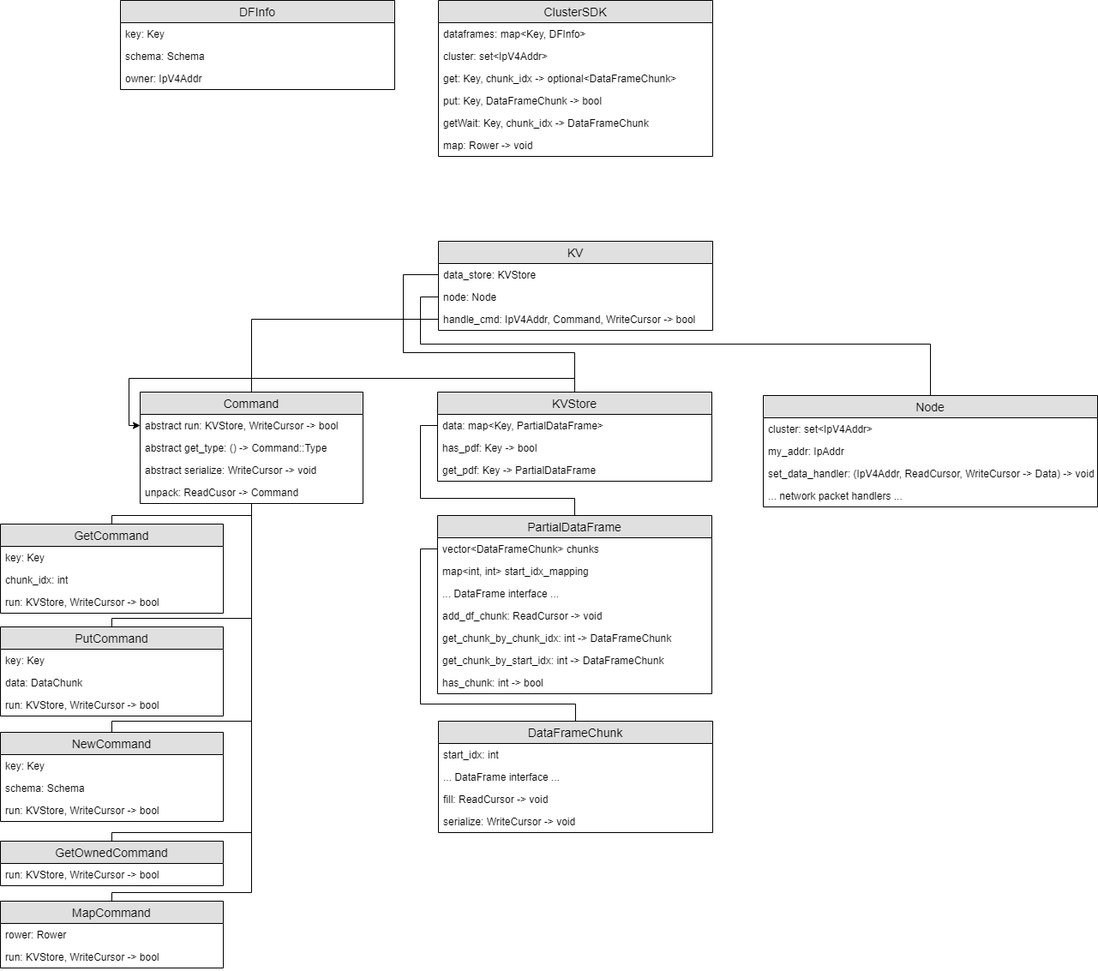
Above: diagram.png in grahamwren/cs4500-assignment_1-part2 (draw.io), before the change. Source tidied: cells renumbered, new cells last; positions are measured from the earlier drawing's top-left corner, leaving out a move shared by most shapes.
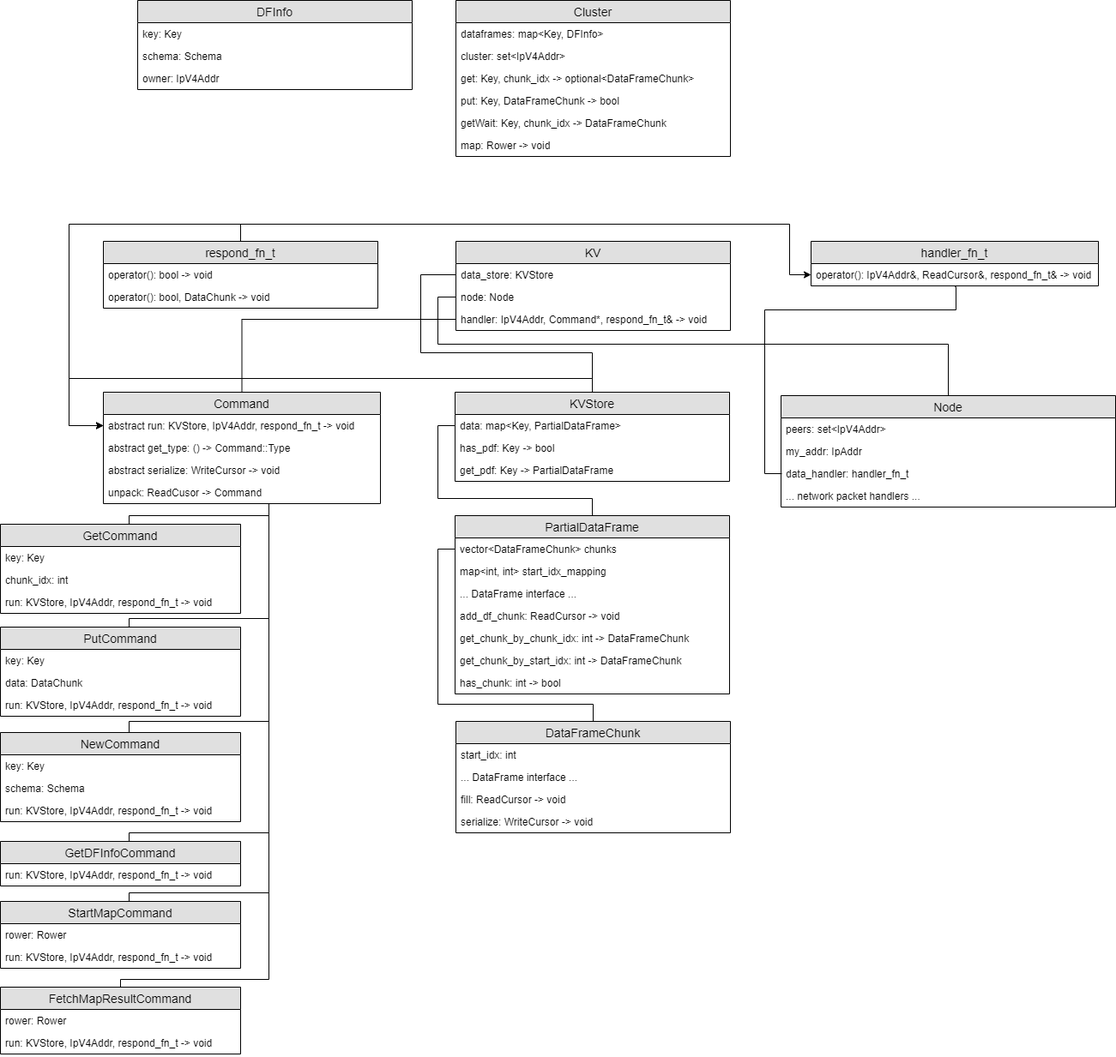
The same diagram one commit later.

Diff of the diagram source:
```diff
@@ -132,67 +132,68 @@
     <mxCell id="28" style="edgeStyle=orthogonalEdgeStyle;rounded=0;jettySize=auto;html=1;entryX=0.5;entryY=0;entryDx=0;entryDy=0;endArrow=none;endFill=0;startArrow=classic;startFill=1;" parent="1" edge="1" source="30" target="9">
       <mxGeometry relative="1" as="geometry">
         <Array as="points">
-          <mxPoint x="150" y="441" />
+          <mxPoint x="60" y="496" />
+          <mxPoint x="60" y="441" />
           <mxPoint x="670" y="441" />
         </Array>
       </mxGeometry>
     </mxCell>
     <mxCell id="29" value="Command" style="swimlane;fontStyle=0;horizontal=1;startSize=26;fillColor=#e0e0e0;swimlaneFillColor=#ffffff;align=center;fontSize=14;" parent="1" vertex="1">
-      <mxGeometry x="163" y="457" width="260" height="130" as="geometry" />
+      <mxGeometry x="100" y="457" width="323" height="130" as="geometry" />
     </mxCell>
-    <mxCell id="30" value="abstract run: KVStore, WriteCursor -&gt; bool" style="text;strokeColor=none;fillColor=none;spacingLeft=4;spacingRight=4;overflow=hidden;points=[[0,0.5],[1,0.5]];portConstraint=eastwest;fontSize=12;" parent="29" vertex="1">
-      <mxGeometry y="26" width="260" height="26" as="geometry" />
+    <mxCell id="30" value="abstract run: KVStore, IpV4Addr, respond_fn_t -&gt; void" style="text;strokeColor=none;fillColor=none;spacingLeft=4;spacingRight=4;overflow=hidden;points=[[0,0.5],[1,0.5]];portConstraint=eastwest;fontSize=12;" parent="29" vertex="1">
+      <mxGeometry y="26" width="323" height="26" as="geometry" />
     </mxCell>
     <mxCell id="31" value="abstract get_type: () -&gt; Command::Type" style="text;strokeColor=none;fillColor=none;spacingLeft=4;spacingRight=4;overflow=hidden;fontSize=12;" parent="29" vertex="1">
-      <mxGeometry y="52" width="260" height="26" as="geometry" />
+      <mxGeometry y="52" width="323" height="26" as="geometry" />
     </mxCell>
     <mxCell id="32" value="abstract serialize: WriteCursor -&gt; void" style="text;strokeColor=none;fillColor=none;spacingLeft=4;spacingRight=4;overflow=hidden;fontSize=12;" parent="29" vertex="1">
-      <mxGeometry y="78" width="260" height="26" as="geometry" />
+      <mxGeometry y="78" width="323" height="26" as="geometry" />
     </mxCell>
     <mxCell id="33" value="unpack: ReadCusor -&gt; Command" style="text;strokeColor=none;fillColor=none;spacingLeft=4;spacingRight=4;overflow=hidden;fontSize=12;" parent="29" vertex="1">
-      <mxGeometry y="104" width="260" height="26" as="geometry" />
+      <mxGeometry y="104" width="323" height="26" as="geometry" />
     </mxCell>
     <mxCell id="34" value="GetCommand" style="swimlane;fontStyle=0;horizontal=1;startSize=26;fillColor=#e0e0e0;swimlaneFillColor=#ffffff;align=center;fontSize=14;" parent="1" vertex="1">
-      <mxGeometry y="611" width="260" height="104" as="geometry" />
+      <mxGeometry x="-20" y="611" width="280" height="104" as="geometry" />
     </mxCell>
     <mxCell id="35" value="key: Key" style="text;strokeColor=none;fillColor=none;spacingLeft=4;spacingRight=4;overflow=hidden;fontSize=12;" parent="34" vertex="1">
-      <mxGeometry y="26" width="260" height="26" as="geometry" />
+      <mxGeometry y="26" width="280" height="26" as="geometry" />
     </mxCell>
     <mxCell id="36" value="chunk_idx: int" style="text;strokeColor=none;fillColor=none;spacingLeft=4;spacingRight=4;overflow=hidden;fontSize=12;" parent="34" vertex="1">
-      <mxGeometry y="52" width="260" height="26" as="geometry" />
+      <mxGeometry y="52" width="280" height="26" as="geometry" />
     </mxCell>
-    <mxCell id="37" value="run: KVStore, WriteCursor -&gt; bool" style="text;strokeColor=none;fillColor=none;spacingLeft=4;spacingRight=4;overflow=hidden;fontSize=12;" parent="34" vertex="1">
-      <mxGeometry y="78" width="260" height="26" as="geometry" />
+    <mxCell id="37" value="run: KVStore, IpV4Addr, respond_fn_t -&gt; void" style="text;strokeColor=none;fillColor=none;spacingLeft=4;spacingRight=4;overflow=hidden;fontSize=12;" parent="34" vertex="1">
+      <mxGeometry y="78" width="280" height="26" as="geometry" />
     </mxCell>
     <mxCell id="38" value="PutCommand" style="swimlane;fontStyle=0;horizontal=1;startSize=26;fillColor=#e0e0e0;swimlaneFillColor=#ffffff;align=center;fontSize=14;" parent="1" vertex="1">
-      <mxGeometry y="731" width="260" height="104" as="geometry" />
+      <mxGeometry x="-20" y="731" width="280" height="104" as="geometry" />
     </mxCell>
     <mxCell id="39" value="key: Key" style="text;strokeColor=none;fillColor=none;spacingLeft=4;spacingRight=4;overflow=hidden;fontSize=12;" parent="38" vertex="1">
-      <mxGeometry y="26" width="260" height="26" as="geometry" />
+      <mxGeometry y="26" width="280" height="26" as="geometry" />
     </mxCell>
     <mxCell id="40" value="data: DataChunk" style="text;strokeColor=none;fillColor=none;spacingLeft=4;spacingRight=4;overflow=hidden;fontSize=12;" parent="38" vertex="1">
-      <mxGeometry y="52" width="260" height="26" as="geometry" />
+      <mxGeometry y="52" width="280" height="26" as="geometry" />
     </mxCell>
-    <mxCell id="41" value="run: KVStore, WriteCursor -&gt; bool" style="text;strokeColor=none;fillColor=none;spacingLeft=4;spacingRight=4;overflow=hidden;fontSize=12;" parent="38" vertex="1">
-      <mxGeometry y="78" width="260" height="26" as="geometry" />
+    <mxCell id="41" value="run: KVStore, IpV4Addr, respond_fn_t -&gt; void" style="text;strokeColor=none;fillColor=none;spacingLeft=4;spacingRight=4;overflow=hidden;fontSize=12;" parent="38" vertex="1">
+      <mxGeometry y="78" width="280" height="26" as="geometry" />
     </mxCell>
     <mxCell id="42" value="NewCommand" style="swimlane;fontStyle=0;horizontal=1;startSize=26;fillColor=#e0e0e0;swimlaneFillColor=#ffffff;align=center;fontSize=14;" parent="1" vertex="1">
-      <mxGeometry y="854" width="260" height="104" as="geometry" />
+      <mxGeometry x="-20" y="854" width="280" height="104" as="geometry" />
     </mxCell>
     <mxCell id="43" value="key: Key" style="text;strokeColor=none;fillColor=none;spacingLeft=4;spacingRight=4;overflow=hidden;fontSize=12;" parent="42" vertex="1">
-      <mxGeometry y="26" width="260" height="26" as="geometry" />
+      <mxGeometry y="26" width="280" height="26" as="geometry" />
     </mxCell>
     <mxCell id="44" value="schema: Schema" style="text;strokeColor=none;fillColor=none;spacingLeft=4;spacingRight=4;overflow=hidden;fontSize=12;" parent="42" vertex="1">
-      <mxGeometry y="52" width="260" height="26" as="geometry" />
+      <mxGeometry y="52" width="280" height="26" as="geometry" />
     </mxCell>
-    <mxCell id="45" value="run: KVStore, WriteCursor -&gt; bool" style="text;strokeColor=none;fillColor=none;spacingLeft=4;spacingRight=4;overflow=hidden;fontSize=12;" parent="42" vertex="1">
-      <mxGeometry y="78" width="260" height="26" as="geometry" />
+    <mxCell id="45" value="run: KVStore, IpV4Addr, respond_fn_t -&gt; void" style="text;strokeColor=none;fillColor=none;spacingLeft=4;spacingRight=4;overflow=hidden;fontSize=12;" parent="42" vertex="1">
+      <mxGeometry y="78" width="280" height="26" as="geometry" />
     </mxCell>
-    <mxCell id="46" value="GetOwnedCommand" style="swimlane;fontStyle=0;horizontal=1;startSize=26;fillColor=#e0e0e0;swimlaneFillColor=#ffffff;align=center;fontSize=14;" parent="1" vertex="1">
-      <mxGeometry y="981" width="260" height="52" as="geometry" />
+    <mxCell id="46" value="GetDFInfoCommand" style="swimlane;fontStyle=0;horizontal=1;startSize=26;fillColor=#e0e0e0;swimlaneFillColor=#ffffff;align=center;fontSize=14;" parent="1" vertex="1">
+      <mxGeometry x="-20" y="981" width="280" height="52" as="geometry" />
     </mxCell>
-    <mxCell id="47" value="run: KVStore, WriteCursor -&gt; bool" style="text;strokeColor=none;fillColor=none;spacingLeft=4;spacingRight=4;overflow=hidden;fontSize=12;" parent="46" vertex="1">
-      <mxGeometry y="26" width="260" height="26" as="geometry" />
+    <mxCell id="47" value="run: KVStore, IpV4Addr, respond_fn_t -&gt; void" style="text;strokeColor=none;fillColor=none;spacingLeft=4;spacingRight=4;overflow=hidden;fontSize=12;" parent="46" vertex="1">
+      <mxGeometry y="26" width="280" height="26" as="geometry" />
     </mxCell>
     <mxCell id="48" value="DFInfo" style="swimlane;fontStyle=0;horizontal=1;startSize=26;fillColor=#e0e0e0;swimlaneFillColor=#ffffff;align=center;fontSize=14;" parent="1" vertex="1">
       <mxGeometry x="140" width="320" height="104" as="geometry" />
@@ -206,14 +207,14 @@
     <mxCell id="51" value="owner: IpV4Addr" style="text;strokeColor=none;fillColor=none;spacingLeft=4;spacingRight=4;overflow=hidden;fontSize=12;" parent="48" vertex="1">
       <mxGeometry y="78" width="320" height="26" as="geometry" />
     </mxCell>
-    <mxCell id="52" value="MapCommand" style="swimlane;fontStyle=0;horizontal=1;startSize=26;fillColor=#e0e0e0;swimlaneFillColor=#ffffff;align=center;fontSize=14;" parent="1" vertex="1">
-      <mxGeometry y="1051" width="260" height="78" as="geometry" />
+    <mxCell id="52" value="StartMapCommand" style="swimlane;fontStyle=0;horizontal=1;startSize=26;fillColor=#e0e0e0;swimlaneFillColor=#ffffff;align=center;fontSize=14;" parent="1" vertex="1">
+      <mxGeometry x="-20" y="1051" width="280" height="78" as="geometry" />
     </mxCell>
     <mxCell id="53" value="rower: Rower" style="text;strokeColor=none;fillColor=none;spacingLeft=4;spacingRight=4;overflow=hidden;fontSize=12;" parent="52" vertex="1">
-      <mxGeometry y="26" width="260" height="26" as="geometry" />
+      <mxGeometry y="26" width="280" height="26" as="geometry" />
     </mxCell>
-    <mxCell id="54" value="run: KVStore, WriteCursor -&gt; bool" style="text;strokeColor=none;fillColor=none;spacingLeft=4;spacingRight=4;overflow=hidden;fontSize=12;" parent="52" vertex="1">
-      <mxGeometry y="52" width="260" height="26" as="geometry" />
+    <mxCell id="54" value="run: KVStore, IpV4Addr, respond_fn_t -&gt; void" style="text;strokeColor=none;fillColor=none;spacingLeft=4;spacingRight=4;overflow=hidden;fontSize=12;" parent="52" vertex="1">
+      <mxGeometry y="52" width="280" height="26" as="geometry" />
     </mxCell>
     <mxCell id="55" value="KV" style="swimlane;fontStyle=0;horizontal=1;startSize=26;fillColor=#e0e0e0;swimlaneFillColor=#ffffff;align=center;fontSize=14;" parent="1" vertex="1">
       <mxGeometry x="511" y="281" width="320" height="104" as="geometry" />
@@ -224,19 +225,19 @@
     <mxCell id="57" value="node: Node" style="text;strokeColor=none;fillColor=none;spacingLeft=4;spacingRight=4;overflow=hidden;points=[[0,0.5],[1,0.5]];portConstraint=eastwest;fontSize=12;" parent="55" vertex="1">
       <mxGeometry y="52" width="320" height="26" as="geometry" />
     </mxCell>
-    <mxCell id="58" value="handle_cmd: IpV4Addr, Command, WriteCursor -&gt; bool" style="text;strokeColor=none;fillColor=none;spacingLeft=4;spacingRight=4;overflow=hidden;points=[[0,0.5],[1,0.5]];portConstraint=eastwest;fontSize=12;" parent="55" vertex="1">
+    <mxCell id="58" value="handler: IpV4Addr, Command*, respond_fn_t&amp; -&gt; void" style="text;strokeColor=none;fillColor=none;spacingLeft=4;spacingRight=4;overflow=hidden;points=[[0,0.5],[1,0.5]];portConstraint=eastwest;fontSize=12;" parent="55" vertex="1">
       <mxGeometry y="78" width="320" height="26" as="geometry" />
     </mxCell>
     <mxCell id="59" value="Node" style="swimlane;fontStyle=0;horizontal=1;startSize=26;fillColor=#e0e0e0;swimlaneFillColor=#ffffff;align=center;fontSize=14;" parent="1" vertex="1">
       <mxGeometry x="890" y="461" width="390" height="130" as="geometry" />
     </mxCell>
-    <mxCell id="60" value="cluster: set&lt;IpV4Addr&gt;" style="text;strokeColor=none;fillColor=none;spacingLeft=4;spacingRight=4;overflow=hidden;fontSize=12;" parent="59" vertex="1">
+    <mxCell id="60" value="peers: set&lt;IpV4Addr&gt;" style="text;strokeColor=none;fillColor=none;spacingLeft=4;spacingRight=4;overflow=hidden;fontSize=12;" parent="59" vertex="1">
       <mxGeometry y="26" width="390" height="26" as="geometry" />
     </mxCell>
     <mxCell id="61" value="my_addr: IpAddr" style="text;strokeColor=none;fillColor=none;spacingLeft=4;spacingRight=4;overflow=hidden;fontSize=12;" parent="59" vertex="1">
       <mxGeometry y="52" width="390" height="26" as="geometry" />
     </mxCell>
-    <mxCell id="62" value="set_data_handler: (IpV4Addr, ReadCursor, WriteCursor -&gt; Data) -&gt; void" style="text;strokeColor=none;fillColor=none;spacingLeft=4;spacingRight=4;overflow=hidden;fontSize=12;" parent="59" vertex="1">
+    <mxCell id="62" value="data_handler: handler_fn_t" style="text;strokeColor=none;fillColor=none;spacingLeft=4;spacingRight=4;overflow=hidden;fontSize=12;" parent="59" vertex="1">
       <mxGeometry y="78" width="390" height="26" as="geometry" />
     </mxCell>
     <mxCell id="63" value="... network packet handlers ..." style="text;strokeColor=none;fillColor=none;spacingLeft=4;spacingRight=4;overflow=hidden;fontSize=12;" parent="59" vertex="1">
@@ -245,7 +246,7 @@
     <mxCell id="64" style="edgeStyle=orthogonalEdgeStyle;rounded=0;jettySize=auto;html=1;entryX=0.5;entryY=0;entryDx=0;entryDy=0;startArrow=none;startFill=0;endArrow=none;endFill=0;" parent="1" edge="1" source="58" target="29">
       <mxGeometry relative="1" as="geometry" />
     </mxCell>
-    <mxCell id="65" value="ClusterSDK" style="swimlane;fontStyle=0;horizontal=1;startSize=26;fillColor=#e0e0e0;swimlaneFillColor=#ffffff;align=center;fontSize=14;" parent="1" vertex="1">
+    <mxCell id="65" value="Cluster" style="swimlane;fontStyle=0;horizontal=1;startSize=26;fillColor=#e0e0e0;swimlaneFillColor=#ffffff;align=center;fontSize=14;" parent="1" vertex="1">
       <mxGeometry x="511" width="320" height="182" as="geometry" />
     </mxCell>
     <mxCell id="66" value="dataframes: map&lt;Key, DFInfo&gt;" style="text;strokeColor=none;fillColor=none;spacingLeft=4;spacingRight=4;overflow=hidden;fontSize=12;" parent="65" vertex="1">
@@ -266,5 +267,68 @@
     <mxCell id="71" value="map: Rower -&gt; void" style="text;strokeColor=none;fillColor=none;spacingLeft=4;spacingRight=4;overflow=hidden;fontSize=12;" parent="65" vertex="1">
       <mxGeometry y="156" width="320" height="26" as="geometry" />
     </mxCell>
+    <mxCell id="72" style="edgeStyle=orthogonalEdgeStyle;rounded=0;jettySize=auto;html=1;exitX=0.5;exitY=0;exitDx=0;exitDy=0;entryX=0;entryY=0.5;entryDx=0;entryDy=0;" parent="1" edge="1" source="74" target="30">
+      <mxGeometry relative="1" as="geometry">
+        <Array as="points">
+          <mxPoint x="260" y="261" />
+          <mxPoint x="60" y="261" />
+          <mxPoint x="60" y="496" />
+        </Array>
+      </mxGeometry>
+    </mxCell>
+    <mxCell id="73" style="edgeStyle=orthogonalEdgeStyle;rounded=0;jettySize=auto;html=1;exitX=0.5;exitY=0;exitDx=0;exitDy=0;entryX=0;entryY=0.5;entryDx=0;entryDy=0;endArrow=classic;endFill=1;" parent="1" edge="1" source="74" target="80">
+      <mxGeometry relative="1" as="geometry">
+        <Array as="points">
+          <mxPoint x="260" y="261" />
+          <mxPoint x="900" y="261" />
+          <mxPoint x="900" y="320" />
+        </Array>
+      </mxGeometry>
+    </mxCell>
+    <mxCell id="74" value="respond_fn_t" style="swimlane;fontStyle=0;horizontal=1;startSize=26;fillColor=#e0e0e0;swimlaneFillColor=#ffffff;align=center;fontSize=14;" parent="1" vertex="1">
+      <mxGeometry x="100" y="281" width="320" height="78" as="geometry" />
+    </mxCell>
+    <mxCell id="75" value="operator(): bool -&gt; void" style="text;strokeColor=none;fillColor=none;spacingLeft=4;spacingRight=4;overflow=hidden;fontSize=12;" parent="74" vertex="1">
+      <mxGeometry y="26" width="320" height="26" as="geometry" />
+    </mxCell>
+    <mxCell id="76" value="operator(): bool, DataChunk -&gt; void" style="text;strokeColor=none;fillColor=none;spacingLeft=4;spacingRight=4;overflow=hidden;fontSize=12;" parent="74" vertex="1">
+      <mxGeometry y="52" width="320" height="26" as="geometry" />
+    </mxCell>
+    <mxCell id="77" style="edgeStyle=orthogonalEdgeStyle;rounded=0;jettySize=auto;html=1;exitX=0.5;exitY=0;exitDx=0;exitDy=0;endArrow=none;endFill=0;" parent="1" edge="1" source="81">
+      <mxGeometry relative="1" as="geometry">
+        <mxPoint x="293" y="591" as="targetPoint" />
+        <Array as="points">
+          <mxPoint x="120" y="1142" />
+          <mxPoint x="293" y="1142" />
+        </Array>
+      </mxGeometry>
+    </mxCell>
+    <mxCell id="78" style="edgeStyle=orthogonalEdgeStyle;rounded=0;orthogonalLoop=1;jettySize=auto;html=1;exitX=0.498;exitY=1.041;exitDx=0;exitDy=0;entryX=0;entryY=0.5;entryDx=0;entryDy=0;endArrow=none;endFill=0;exitPerimeter=0;" parent="1" edge="1">
+      <mxGeometry relative="1" as="geometry">
+        <mxPoint x="1092.8" y="334.1" as="sourcePoint" />
+        <mxPoint x="891" y="552" as="targetPoint" />
+        <Array as="points">
+          <mxPoint x="1094" y="334" />
+          <mxPoint x="1094" y="361" />
+          <mxPoint x="871" y="361" />
+          <mxPoint x="871" y="552" />
+        </Array>
+      </mxGeometry>
+    </mxCell>
+    <mxCell id="79" value="handler_fn_t" style="swimlane;fontStyle=0;horizontal=1;startSize=26;fillColor=#e0e0e0;swimlaneFillColor=#ffffff;align=center;fontSize=14;" parent="1" vertex="1">
+      <mxGeometry x="925" y="281" width="335" height="52" as="geometry" />
+    </mxCell>
+    <mxCell id="80" value="operator(): IpV4Addr&amp;, ReadCursor&amp;, respond_fn_t&amp; -&gt; void" style="text;strokeColor=none;fillColor=none;spacingLeft=4;spacingRight=4;overflow=hidden;points=[[0,0.5],[1,0.5]];portConstraint=eastwest;fontSize=12;" parent="79" vertex="1">
+      <mxGeometry y="26" width="335" height="26" as="geometry" />
+    </mxCell>
+    <mxCell id="81" value="FetchMapResultCommand" style="swimlane;fontStyle=0;horizontal=1;startSize=26;fillColor=#e0e0e0;swimlaneFillColor=#ffffff;align=center;fontSize=14;" parent="1" vertex="1">
+      <mxGeometry x="-20" y="1151" width="280" height="78" as="geometry" />
+    </mxCell>
+    <mxCell id="82" value="rower: Rower" style="text;strokeColor=none;fillColor=none;spacingLeft=4;spacingRight=4;overflow=hidden;fontSize=12;" parent="81" vertex="1">
+      <mxGeometry y="26" width="280" height="26" as="geometry" />
+    </mxCell>
+    <mxCell id="83" value="run: KVStore, IpV4Addr, respond_fn_t -&gt; void" style="text;strokeColor=none;fillColor=none;spacingLeft=4;spacingRight=4;overflow=hidden;fontSize=12;" parent="81" vertex="1">
+      <mxGeometry y="52" width="280" height="26" as="geometry" />
+    </mxCell>
   </root>
 </mxGraphModel>
```
